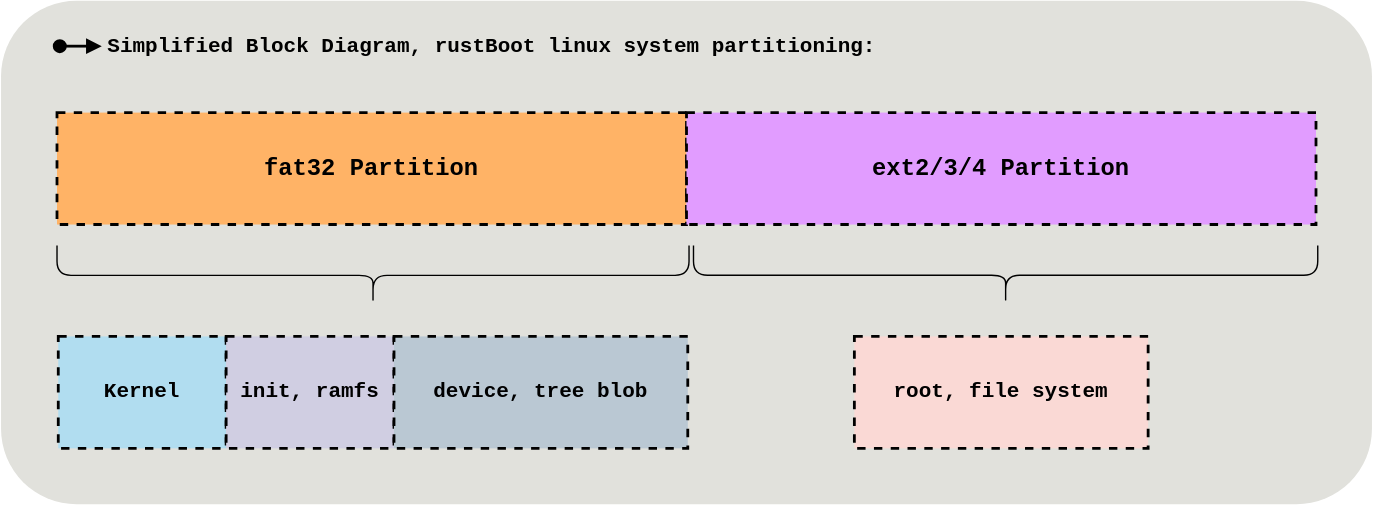
This is linux_partition.svg from imrank03/rustBoot-book-diagrams, a draw.io export, as it was before one commit. Source tidied: cells renumbered, new cells last; positions are measured from the earlier drawing's top-left corner, leaving out a move shared by most shapes.
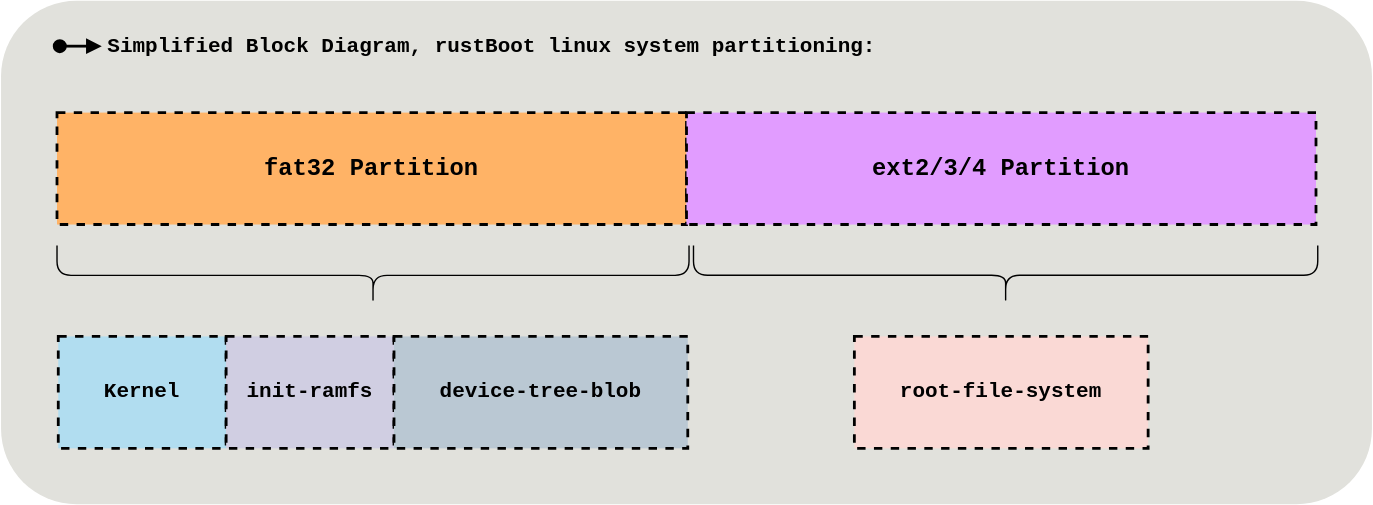
After the commit.

The edit, as a diff of the source:
```diff
@@ -26,10 +26,10 @@
     <mxCell id="7" value="&lt;div style=&quot;font-family: &amp;#34;menlo&amp;#34; , &amp;#34;monaco&amp;#34; , &amp;#34;courier new&amp;#34; , monospace ; line-height: 18px ; font-size: 15px&quot;&gt;Kernel&lt;/div&gt;" style="rounded=0;whiteSpace=wrap;html=1;dashed=1;strokeWidth=2;strokeColor=#000000;fillColor=#b1ddf0;labelBorderColor=none;labelBackgroundColor=none;fontStyle=1;fontSize=15;glass=0;" parent="1" vertex="1">
       <mxGeometry x="40.9" y="270" width="120" height="80" as="geometry" />
     </mxCell>
-    <mxCell id="8" value="&lt;div style=&quot;font-family: &amp;#34;menlo&amp;#34; , &amp;#34;monaco&amp;#34; , &amp;#34;courier new&amp;#34; , monospace ; line-height: 18px ; font-size: 15px&quot;&gt;init, ramfs&lt;/div&gt;" style="rounded=0;whiteSpace=wrap;html=1;dashed=1;strokeWidth=2;strokeColor=#000000;fillColor=#d0cee2;labelBorderColor=none;labelBackgroundColor=none;fontStyle=1;fontSize=15;glass=0;" parent="1" vertex="1">
+    <mxCell id="8" value="&lt;div style=&quot;font-family: &amp;#34;menlo&amp;#34; , &amp;#34;monaco&amp;#34; , &amp;#34;courier new&amp;#34; , monospace ; line-height: 18px ; font-size: 15px&quot;&gt;init-ramfs&lt;/div&gt;" style="rounded=0;whiteSpace=wrap;html=1;dashed=1;strokeWidth=2;strokeColor=#000000;fillColor=#d0cee2;labelBorderColor=none;labelBackgroundColor=none;fontStyle=1;fontSize=15;glass=0;" parent="1" vertex="1">
       <mxGeometry x="160.9" y="270" width="120" height="80" as="geometry" />
     </mxCell>
-    <mxCell id="9" value="&lt;div style=&quot;font-family: &amp;#34;menlo&amp;#34; , &amp;#34;monaco&amp;#34; , &amp;#34;courier new&amp;#34; , monospace ; line-height: 18px ; font-size: 15px&quot;&gt;device, tree blob&lt;/div&gt;" style="rounded=0;whiteSpace=wrap;html=1;dashed=1;strokeWidth=2;strokeColor=#000000;fillColor=#bac8d3;labelBorderColor=none;labelBackgroundColor=none;fontStyle=1;fontSize=15;glass=0;" parent="1" vertex="1">
+    <mxCell id="9" value="&lt;div style=&quot;font-family: &amp;#34;menlo&amp;#34; , &amp;#34;monaco&amp;#34; , &amp;#34;courier new&amp;#34; , monospace ; line-height: 18px ; font-size: 15px&quot;&gt;device-tree-blob&lt;/div&gt;" style="rounded=0;whiteSpace=wrap;html=1;dashed=1;strokeWidth=2;strokeColor=#000000;fillColor=#bac8d3;labelBorderColor=none;labelBackgroundColor=none;fontStyle=1;fontSize=15;glass=0;" parent="1" vertex="1">
       <mxGeometry x="280.9" y="270" width="210" height="80" as="geometry" />
     </mxCell>
     <mxCell id="10" style="shape=curlyBracket;whiteSpace=wrap;html=1;rounded=1;flipH=1;rotation=90;size=0.5;" parent="1" vertex="1">
@@ -38,7 +38,7 @@
     <mxCell id="11" style="shape=curlyBracket;whiteSpace=wrap;html=1;rounded=1;flipH=1;fontSize=15;strokeColor=#000000;rotation=90;size=0.5;" parent="1" vertex="1">
       <mxGeometry x="696.9" y="3.1" width="42.5" height="446.2" as="geometry" />
     </mxCell>
-    <mxCell id="12" value="&lt;div style=&quot;font-family: &amp;#34;menlo&amp;#34; , &amp;#34;monaco&amp;#34; , &amp;#34;courier new&amp;#34; , monospace ; line-height: 18px ; font-size: 15px&quot;&gt;root, file system&lt;/div&gt;" style="rounded=0;whiteSpace=wrap;html=1;dashed=1;strokeWidth=2;strokeColor=#000000;fillColor=#fad9d5;labelBorderColor=none;labelBackgroundColor=none;fontStyle=1;fontSize=15;glass=0;" parent="1" vertex="1">
+    <mxCell id="12" value="&lt;div style=&quot;font-family: &amp;#34;menlo&amp;#34; , &amp;#34;monaco&amp;#34; , &amp;#34;courier new&amp;#34; , monospace ; line-height: 18px ; font-size: 15px&quot;&gt;root-file-system&lt;/div&gt;" style="rounded=0;whiteSpace=wrap;html=1;dashed=1;strokeWidth=2;strokeColor=#000000;fillColor=#fad9d5;labelBorderColor=none;labelBackgroundColor=none;fontStyle=1;fontSize=15;glass=0;" parent="1" vertex="1">
       <mxGeometry x="610" y="270" width="210" height="80" as="geometry" />
     </mxCell>
   </root>
```
